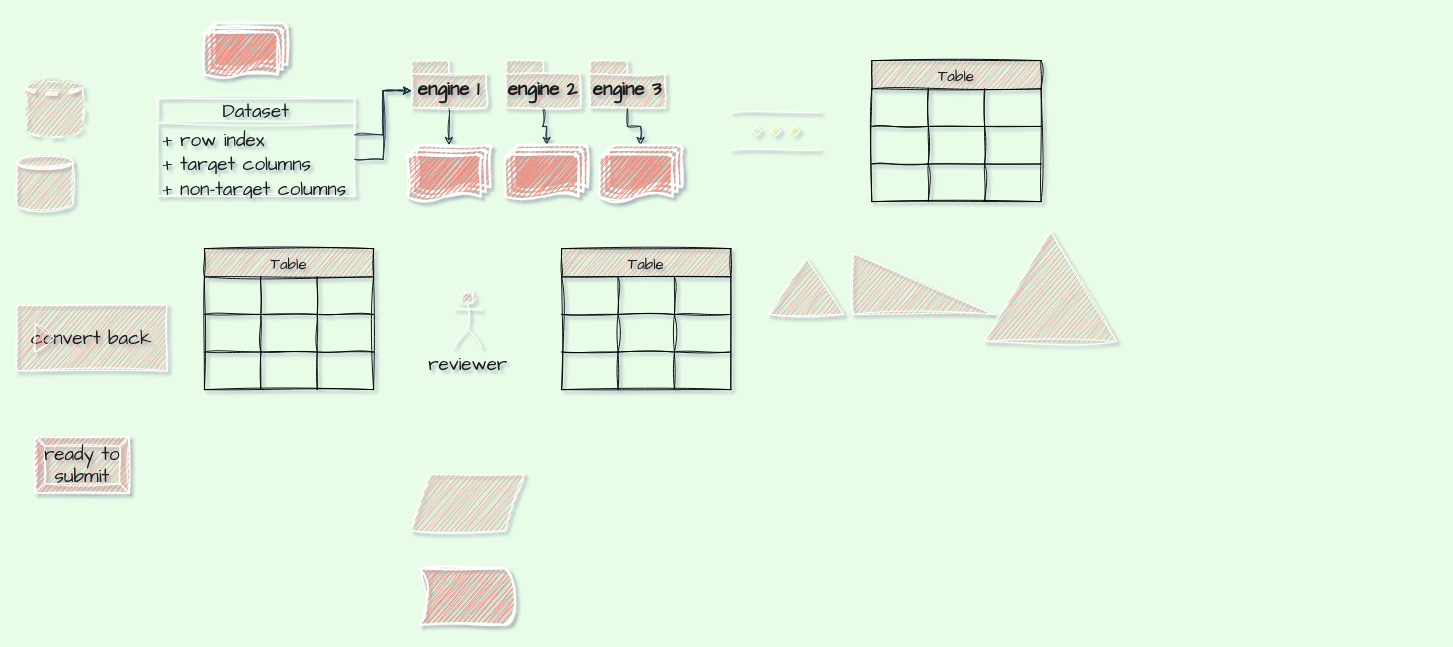
Earlier version of the draw.io diagram tomato.drawio (duanx9/flowcharts). Source tidied: cells renumbered, new cells numbered last; positions are measured from the earlier drawing's top-left corner, leaving out a move shared by most shapes. Both pictures are drawn from the tidied source at 94%, with x=0, y=0 at pixel (16, 23).
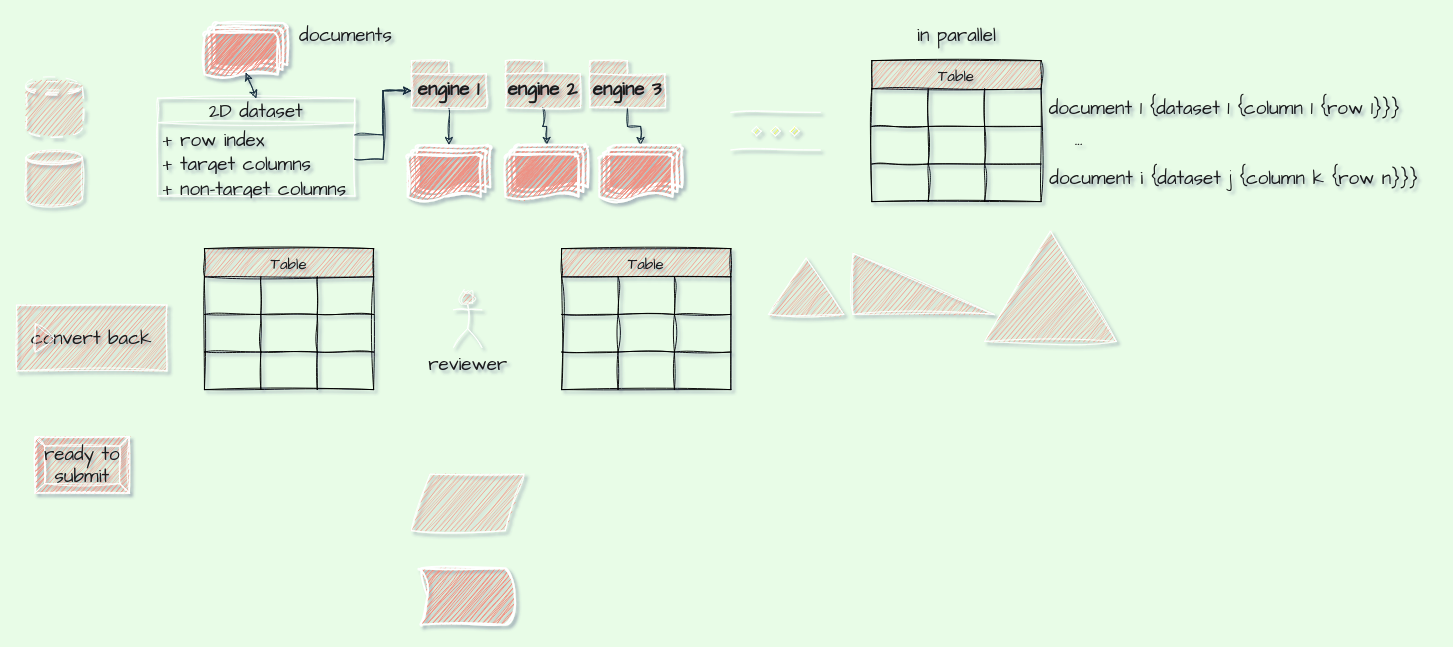
After the change.

The change refers to these unchanged cells:
```xml
<mxCell id="8" style="strokeWidth=2;html=1;shape=mxgraph.flowchart.multi-document;whiteSpace=wrap;sketch=1;hachureGap=4;jiggle=2;curveFitting=1;strokeColor=#FFFFFF;fontFamily=Architects Daughter;fontSize=20;fontColor=#1A1A1A;fillColor=#F08E81;" parent="1" vertex="1">
  <mxGeometry x="200" width="88" height="60" as="geometry" />
</mxCell>
```

Diff of the diagram source:
```diff
@@
     <mxCell id="3" style="shape=datastore;whiteSpace=wrap;html=1;sketch=1;hachureGap=4;jiggle=2;curveFitting=1;strokeColor=#FFFFFF;fontFamily=Architects Daughter;fontSize=20;fontColor=#1A1A1A;fillColor=#F08E81;" parent="1" vertex="1">
-      <mxGeometry y="140" width="60" height="60" as="geometry" />
+      <mxGeometry x="10" y="135" width="60" height="60" as="geometry" />
     </mxCell>
-    <mxCell id="4" value="Dataset" style="swimlane;fontStyle=0;horizontal=1;startSize=26;fillColor=none;whiteSpace=wrap;html=1;sketch=1;hachureGap=4;jiggle=2;curveFitting=1;strokeColor=#FFFFFF;fontFamily=Architects Daughter;fontSize=20;fontColor=#1A1A1A;" parent="1" vertex="1">
+    <mxCell id="4" value="2D dataset" style="swimlane;fontStyle=0;horizontal=1;startSize=26;fillColor=none;whiteSpace=wrap;html=1;sketch=1;hachureGap=4;jiggle=2;curveFitting=1;strokeColor=#FFFFFF;fontFamily=Architects Daughter;fontSize=20;fontColor=#1A1A1A;" parent="1" vertex="1">
       <mxGeometry x="150" y="80" width="210" height="104" as="geometry" />
     </mxCell>
@@
+    <mxCell id="69" value="documents" style="text;html=1;align=center;verticalAlign=middle;strokeColor=none;fillColor=none;fontSize=20;fontFamily=Architects Daughter;fontColor=#1A1A1A;" parent="1" vertex="1">
+      <mxGeometry x="290" y="-7" width="120" height="40" as="geometry" />
+    </mxCell>
+    <mxCell id="70" value="in parallel" style="text;html=1;align=center;verticalAlign=middle;strokeColor=none;fillColor=none;fontSize=20;fontFamily=Architects Daughter;fontColor=#1A1A1A;" parent="1" vertex="1">
+      <mxGeometry x="945" y="-7" width="110" height="40" as="geometry" />
+    </mxCell>
+    <mxCell id="71" value="document i {dataset j {column k {row n}}}" style="text;html=1;align=center;verticalAlign=middle;strokeColor=none;fillColor=none;fontSize=20;fontFamily=Architects Daughter;fontColor=#1A1A1A;" parent="1" vertex="1">
+      <mxGeometry x="1085" y="145" width="420" height="40" as="geometry" />
+    </mxCell>
+    <mxCell id="72" value="document 1 {dataset 1 {column 1 {row 1}}}" style="text;html=1;align=center;verticalAlign=middle;strokeColor=none;fillColor=none;fontSize=20;fontFamily=Architects Daughter;fontColor=#1A1A1A;" parent="1" vertex="1">
+      <mxGeometry x="1085" y="70" width="400" height="40" as="geometry" />
+    </mxCell>
+    <mxCell id="73" value="..." style="text;html=1;align=center;verticalAlign=middle;strokeColor=none;fillColor=none;fontSize=20;fontFamily=Architects Daughter;fontColor=#1A1A1A;" parent="1" vertex="1">
+      <mxGeometry x="1115" y="103" width="30" height="40" as="geometry" />
+    </mxCell>
+    <mxCell id="74" style="endArrow=classic;startArrow=classic;html=1;rounded=0;sketch=1;hachureGap=4;jiggle=2;curveFitting=1;strokeColor=#182E3E;fontFamily=Architects Daughter;fontSize=16;fontColor=#1A1A1A;entryX=0.5;entryY=0;entryDx=0;entryDy=0;exitX=0.5;exitY=0.88;exitDx=0;exitDy=0;exitPerimeter=0;" parent="1" edge="1" source="8" target="4">
+      <mxGeometry relative="1" as="geometry" />
+    </mxCell>
```
